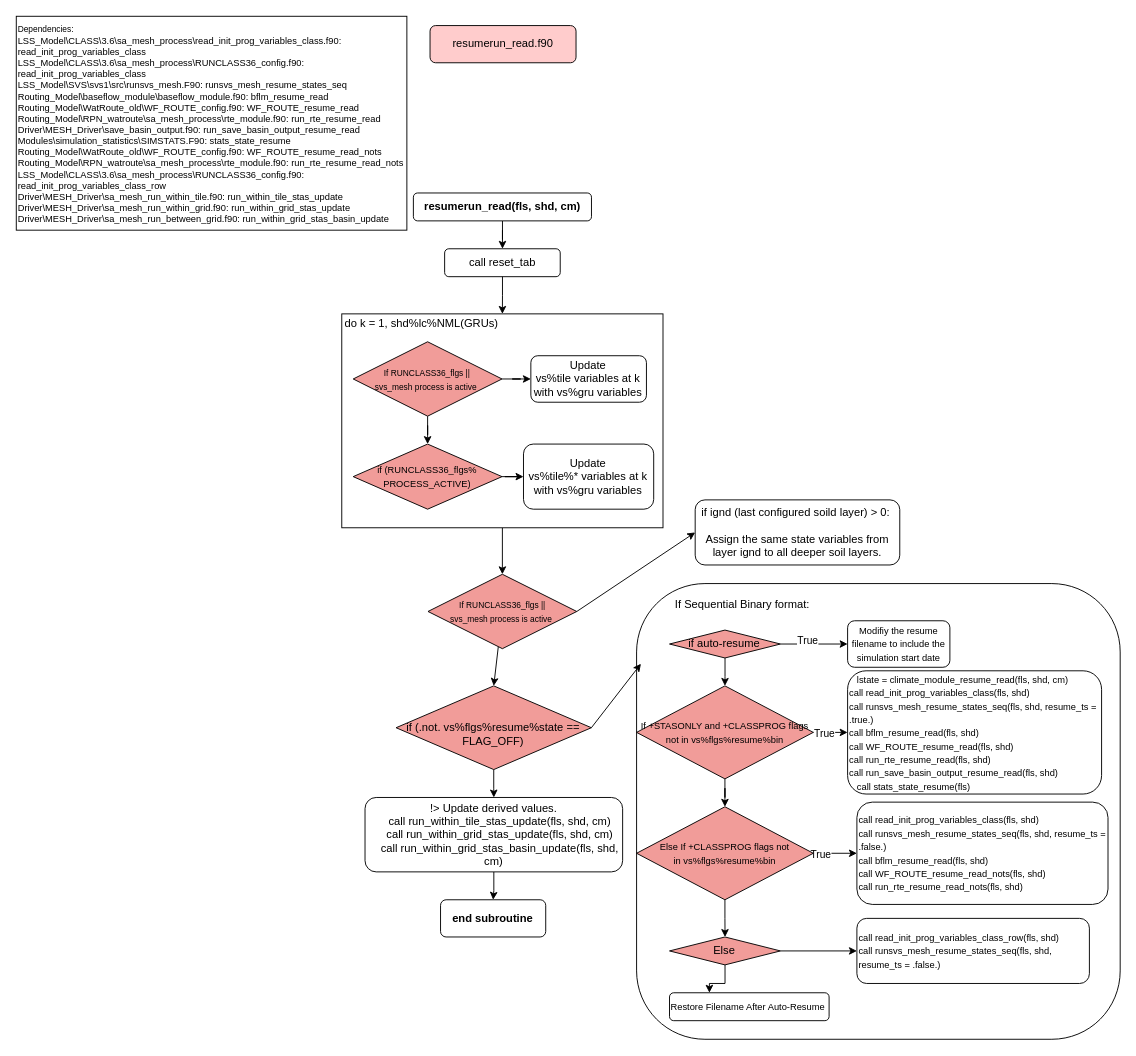
The draw.io diagram resumerun_read.drawio in MeshMapping/r1749_Mappings, before the edit. Source tidied: cells renumbered, new cells numbered last; positions are measured from the earlier drawing's top-left corner, leaving out a move shared by most shapes. Both pictures are drawn from the tidied source at 93%, with x=0, y=0 at pixel (16, 16).
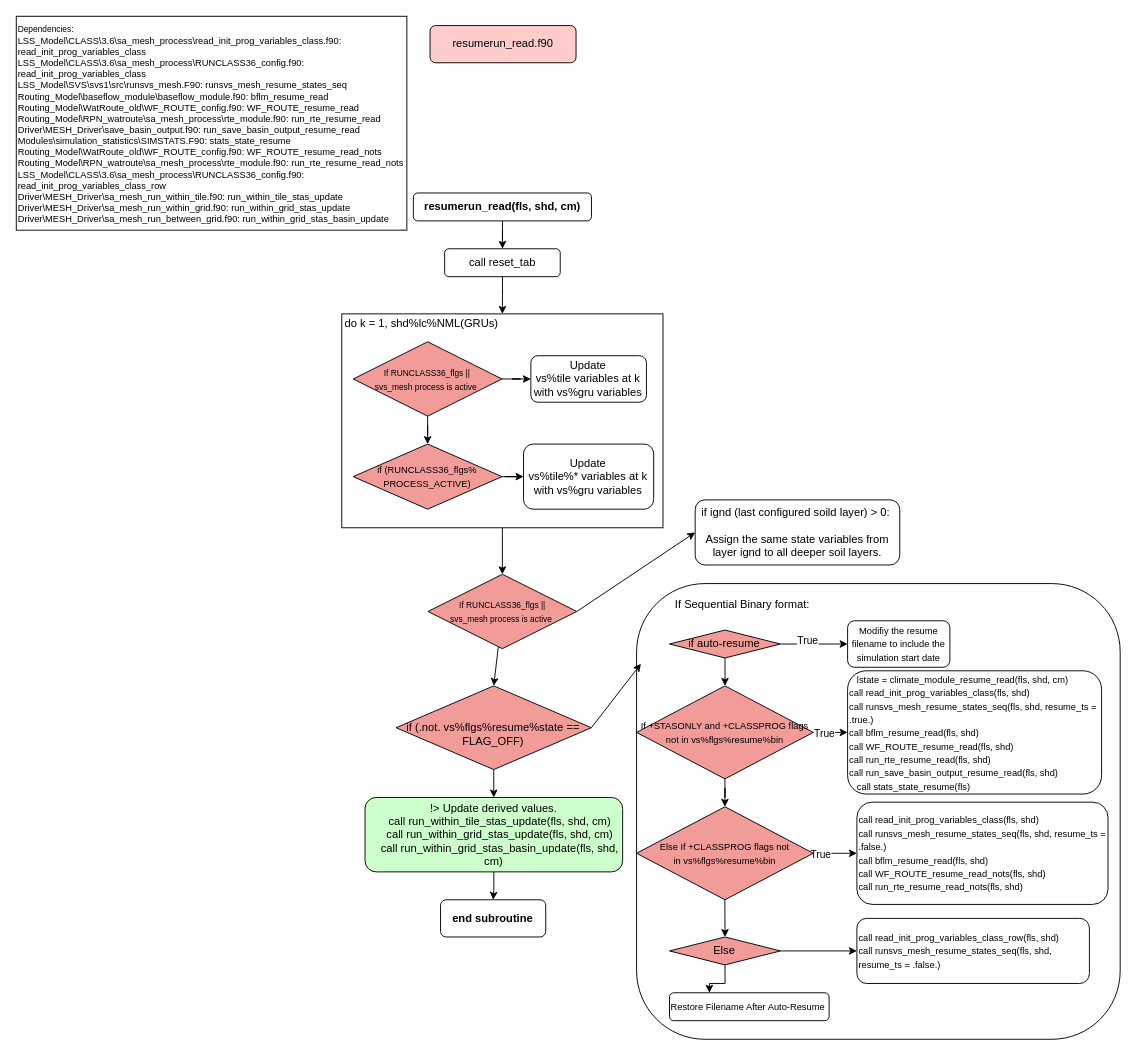
The same page after the edit.

The edit, as a diff of the source:
```diff
@@
-    <mxCell id="49" value="&lt;div&gt;&lt;span style=&quot;font-weight: 400;&quot;&gt;!&amp;gt; Update derived values.&lt;/span&gt;&lt;/div&gt;&lt;div&gt;&lt;span style=&quot;font-weight: 400;&quot;&gt;&amp;nbsp; &amp;nbsp; call run_within_tile_stas_update(fls, shd, cm)&lt;/span&gt;&lt;/div&gt;&lt;div&gt;&lt;span style=&quot;font-weight: 400;&quot;&gt;&amp;nbsp; &amp;nbsp; call run_within_grid_stas_update(fls, shd, cm)&lt;/span&gt;&lt;/div&gt;&lt;div&gt;&lt;span style=&quot;font-weight: 400;&quot;&gt;&amp;nbsp; &amp;nbsp; call run_within_grid_stas_basin_update(fls, shd, cm)&lt;/span&gt;&lt;/div&gt;" style="whiteSpace=wrap;html=1;rounded=1;fontStyle=1;" parent="1" vertex="1">
+    <mxCell id="49" value="&lt;div&gt;&lt;span style=&quot;font-weight: 400;&quot;&gt;!&amp;gt; Update derived values.&lt;/span&gt;&lt;/div&gt;&lt;div&gt;&lt;span style=&quot;font-weight: 400;&quot;&gt;&amp;nbsp; &amp;nbsp; call run_within_tile_stas_update(fls, shd, cm)&lt;/span&gt;&lt;/div&gt;&lt;div&gt;&lt;span style=&quot;font-weight: 400;&quot;&gt;&amp;nbsp; &amp;nbsp; call run_within_grid_stas_update(fls, shd, cm)&lt;/span&gt;&lt;/div&gt;&lt;div&gt;&lt;span style=&quot;font-weight: 400;&quot;&gt;&amp;nbsp; &amp;nbsp; call run_within_grid_stas_basin_update(fls, shd, cm)&lt;/span&gt;&lt;/div&gt;" style="whiteSpace=wrap;html=1;rounded=1;fontStyle=1;fillColor=#CCFFCC;" parent="1" vertex="1">
       <mxGeometry x="375" y="840" width="277" height="80" as="geometry" />
     </mxCell>
```
